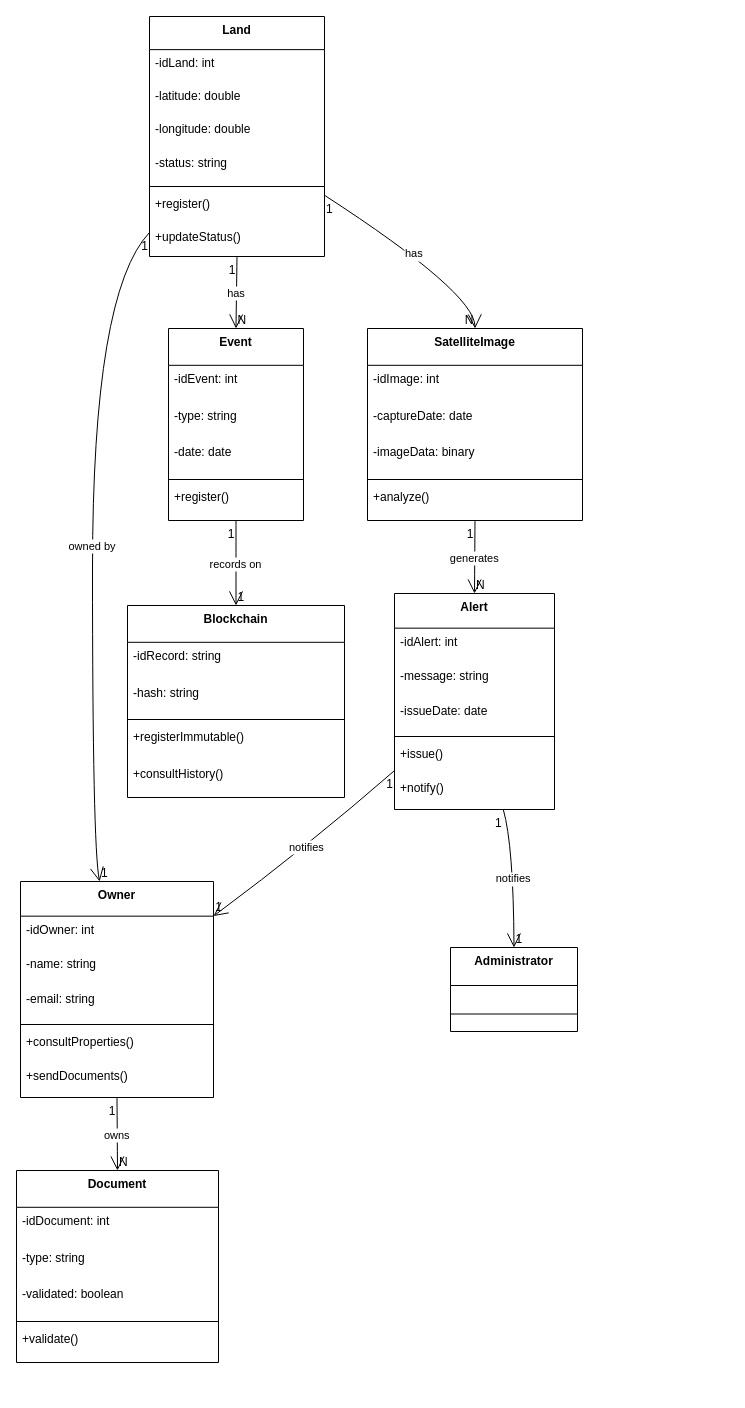
The draw.io diagram class-diagram.drawio in PatentTerrenos/diagrams, before the edit. Source tidied: cells renumbered, new cells numbered last; positions are measured from the earlier drawing's top-left corner, leaving out a move shared by most shapes. Both pictures are drawn from the tidied source at 100%, with x=0, y=0 at pixel (16, 16).
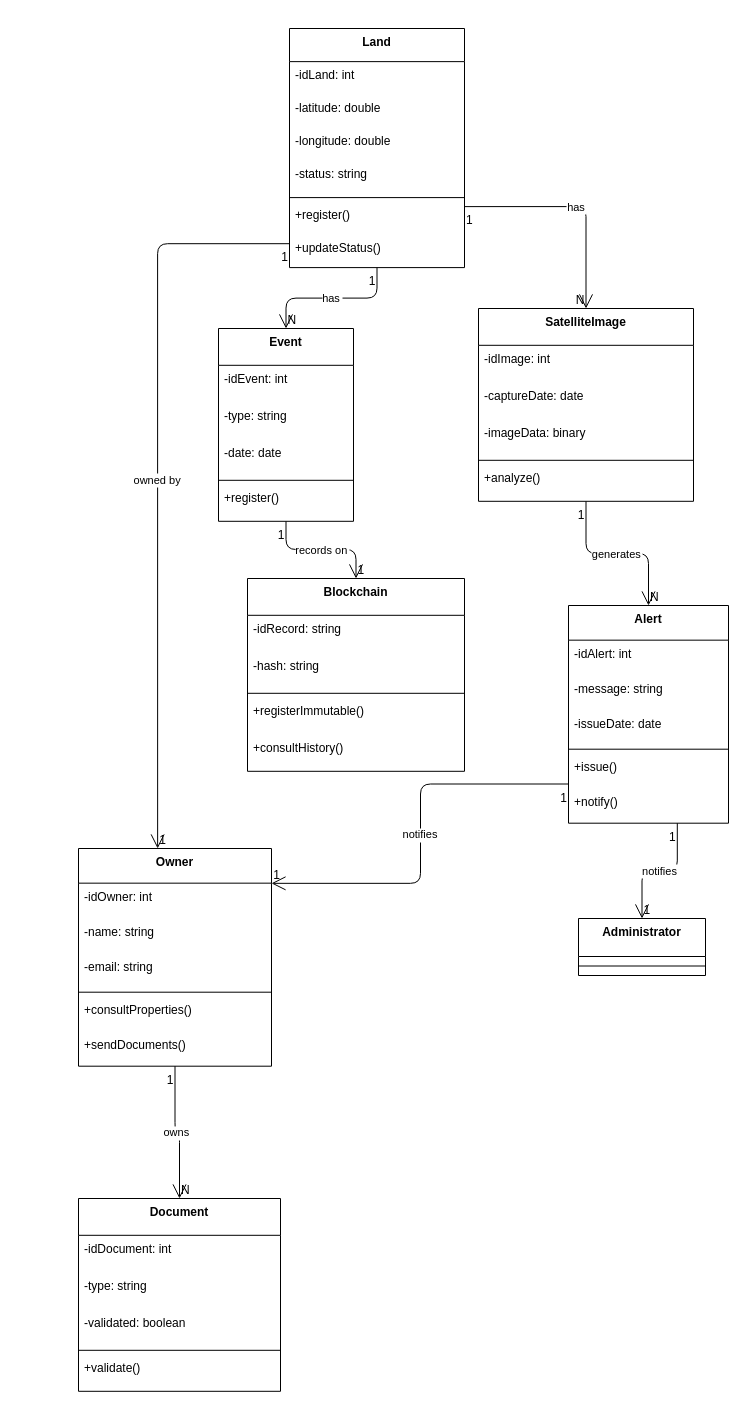
The same diagram, later.

What changed in the source:
```diff
@@
     <mxCell id="2" value="Land" style="swimlane;fontStyle=1;align=center;verticalAlign=top;horizontal=1;startSize=33.142857142857146;" parent="1" vertex="1">
-      <mxGeometry x="133" width="175" height="240" as="geometry" />
+      <mxGeometry x="273" y="12" width="175" height="239.1" as="geometry" />
     </mxCell>
     <mxCell id="3" value="-idLand: int" style="text;strokeColor=none;fillColor=none;align=left;verticalAlign=top;spacingLeft=4;spacingRight=4;overflow=hidden;" parent="2" vertex="1">
-      <mxGeometry y="33" width="175" height="33" as="geometry" />
+      <mxGeometry y="33.1" width="175" height="33" as="geometry" />
     </mxCell>
     <mxCell id="4" value="-latitude: double" style="text;strokeColor=none;fillColor=none;align=left;verticalAlign=top;spacingLeft=4;spacingRight=4;overflow=hidden;" parent="2" vertex="1">
-      <mxGeometry y="66" width="175" height="33" as="geometry" />
+      <mxGeometry y="66.1" width="175" height="33" as="geometry" />
     </mxCell>
     <mxCell id="5" value="-longitude: double" style="text;strokeColor=none;fillColor=none;align=left;verticalAlign=top;spacingLeft=4;spacingRight=4;overflow=hidden;" parent="2" vertex="1">
-      <mxGeometry y="99" width="175" height="33" as="geometry" />
+      <mxGeometry y="99.1" width="175" height="33" as="geometry" />
     </mxCell>
     <mxCell id="6" value="-status: string" style="text;strokeColor=none;fillColor=none;align=left;verticalAlign=top;spacingLeft=4;spacingRight=4;overflow=hidden;" parent="2" vertex="1">
-      <mxGeometry y="133" width="175" height="33" as="geometry" />
+      <mxGeometry y="132.1" width="175" height="33" as="geometry" />
     </mxCell>
     <mxCell id="7" style="line;strokeWidth=1;fillColor=none;align=left;verticalAlign=middle;spacingTop=-1;spacingLeft=3;spacingRight=3;labelPosition=right;strokeColor=inherit;" parent="2" vertex="1">
-      <mxGeometry y="166" width="175" height="8" as="geometry" />
+      <mxGeometry y="165.1" width="175" height="8" as="geometry" />
     </mxCell>
     <mxCell id="8" value="+register()" style="text;strokeColor=none;fillColor=none;align=left;verticalAlign=top;spacingLeft=4;spacingRight=4;overflow=hidden;" parent="2" vertex="1">
-      <mxGeometry y="174" width="175" height="33" as="geometry" />
+      <mxGeometry y="173.1" width="175" height="33" as="geometry" />
     </mxCell>
     <mxCell id="9" value="+updateStatus()" style="text;strokeColor=none;fillColor=none;align=left;verticalAlign=top;spacingLeft=4;spacingRight=4;overflow=hidden;" parent="2" vertex="1">
-      <mxGeometry y="207" width="175" height="33" as="geometry" />
+      <mxGeometry y="206.1" width="175" height="33" as="geometry" />
     </mxCell>
     <mxCell id="10" value="Owner" style="swimlane;fontStyle=1;align=center;verticalAlign=top;horizontal=1;startSize=34.666666666666664;" parent="1" vertex="1">
-      <mxGeometry x="4" y="865" width="193" height="216" as="geometry" />
+      <mxGeometry x="62" y="832" width="193" height="217.7" as="geometry" />
     </mxCell>
     <mxCell id="11" value="-idOwner: int" style="text;strokeColor=none;fillColor=none;align=left;verticalAlign=top;spacingLeft=4;spacingRight=4;overflow=hidden;" parent="10" vertex="1">
-      <mxGeometry y="35" width="193" height="35" as="geometry" />
+      <mxGeometry y="34.7" width="193" height="35" as="geometry" />
     </mxCell>
     <mxCell id="12" value="-name: string" style="text;strokeColor=none;fillColor=none;align=left;verticalAlign=top;spacingLeft=4;spacingRight=4;overflow=hidden;" parent="10" vertex="1">
-      <mxGeometry y="69" width="193" height="35" as="geometry" />
+      <mxGeometry y="69.7" width="193" height="35" as="geometry" />
     </mxCell>
     <mxCell id="13" value="-email: string" style="text;strokeColor=none;fillColor=none;align=left;verticalAlign=top;spacingLeft=4;spacingRight=4;overflow=hidden;" parent="10" vertex="1">
-      <mxGeometry y="104" width="193" height="35" as="geometry" />
+      <mxGeometry y="104.7" width="193" height="35" as="geometry" />
     </mxCell>
     <mxCell id="14" style="line;strokeWidth=1;fillColor=none;align=left;verticalAlign=middle;spacingTop=-1;spacingLeft=3;spacingRight=3;labelPosition=right;strokeColor=inherit;" parent="10" vertex="1">
-      <mxGeometry y="139" width="193" height="8" as="geometry" />
+      <mxGeometry y="139.7" width="193" height="8" as="geometry" />
     </mxCell>
     <mxCell id="15" value="+consultProperties()" style="text;strokeColor=none;fillColor=none;align=left;verticalAlign=top;spacingLeft=4;spacingRight=4;overflow=hidden;" parent="10" vertex="1">
-      <mxGeometry y="147" width="193" height="35" as="geometry" />
+      <mxGeometry y="147.7" width="193" height="35" as="geometry" />
     </mxCell>
     <mxCell id="16" value="+sendDocuments()" style="text;strokeColor=none;fillColor=none;align=left;verticalAlign=top;spacingLeft=4;spacingRight=4;overflow=hidden;" parent="10" vertex="1">
-      <mxGeometry y="181" width="193" height="35" as="geometry" />
+      <mxGeometry y="182.7" width="193" height="35" as="geometry" />
     </mxCell>
     <mxCell id="17" value="Document" style="swimlane;fontStyle=1;align=center;verticalAlign=top;horizontal=1;startSize=36.8;" parent="1" vertex="1">
-      <mxGeometry y="1154" width="202" height="192" as="geometry" />
+      <mxGeometry x="62" y="1182" width="202" height="192.8" as="geometry" />
     </mxCell>
     <mxCell id="18" value="-idDocument: int" style="text;strokeColor=none;fillColor=none;align=left;verticalAlign=top;spacingLeft=4;spacingRight=4;overflow=hidden;" parent="17" vertex="1">
-      <mxGeometry y="37" width="202" height="37" as="geometry" />
+      <mxGeometry y="36.8" width="202" height="37" as="geometry" />
     </mxCell>
     <mxCell id="19" value="-type: string" style="text;strokeColor=none;fillColor=none;align=left;verticalAlign=top;spacingLeft=4;spacingRight=4;overflow=hidden;" parent="17" vertex="1">
-      <mxGeometry y="74" width="202" height="37" as="geometry" />
+      <mxGeometry y="73.8" width="202" height="37" as="geometry" />
     </mxCell>
     <mxCell id="20" value="-validated: boolean" style="text;strokeColor=none;fillColor=none;align=left;verticalAlign=top;spacingLeft=4;spacingRight=4;overflow=hidden;" parent="17" vertex="1">
-      <mxGeometry y="110" width="202" height="37" as="geometry" />
+      <mxGeometry y="110.8" width="202" height="37" as="geometry" />
     </mxCell>
     <mxCell id="21" style="line;strokeWidth=1;fillColor=none;align=left;verticalAlign=middle;spacingTop=-1;spacingLeft=3;spacingRight=3;labelPosition=right;strokeColor=inherit;" parent="17" vertex="1">
-      <mxGeometry y="147" width="202" height="8" as="geometry" />
+      <mxGeometry y="147.8" width="202" height="8" as="geometry" />
     </mxCell>
     <mxCell id="22" value="+validate()" style="text;strokeColor=none;fillColor=none;align=left;verticalAlign=top;spacingLeft=4;spacingRight=4;overflow=hidden;" parent="17" vertex="1">
-      <mxGeometry y="155" width="202" height="37" as="geometry" />
+      <mxGeometry y="155.8" width="202" height="37" as="geometry" />
     </mxCell>
     <mxCell id="23" value="Event" style="swimlane;fontStyle=1;align=center;verticalAlign=top;horizontal=1;startSize=36.8;" parent="1" vertex="1">
-      <mxGeometry x="152" y="312" width="135" height="192" as="geometry" />
+      <mxGeometry x="202" y="312" width="135" height="192.8" as="geometry" />
     </mxCell>
     <mxCell id="24" value="-idEvent: int" style="text;strokeColor=none;fillColor=none;align=left;verticalAlign=top;spacingLeft=4;spacingRight=4;overflow=hidden;" parent="23" vertex="1">
-      <mxGeometry y="37" width="135" height="37" as="geometry" />
+      <mxGeometry y="36.8" width="135" height="37" as="geometry" />
     </mxCell>
     <mxCell id="25" value="-type: string" style="text;strokeColor=none;fillColor=none;align=left;verticalAlign=top;spacingLeft=4;spacingRight=4;overflow=hidden;" parent="23" vertex="1">
-      <mxGeometry y="74" width="135" height="37" as="geometry" />
+      <mxGeometry y="73.8" width="135" height="37" as="geometry" />
     </mxCell>
     <mxCell id="26" value="-date: date" style="text;strokeColor=none;fillColor=none;align=left;verticalAlign=top;spacingLeft=4;spacingRight=4;overflow=hidden;" parent="23" vertex="1">
-      <mxGeometry y="110" width="135" height="37" as="geometry" />
+      <mxGeometry y="110.8" width="135" height="37" as="geometry" />
     </mxCell>
     <mxCell id="27" style="line;strokeWidth=1;fillColor=none;align=left;verticalAlign=middle;spacingTop=-1;spacingLeft=3;spacingRight=3;labelPosition=right;strokeColor=inherit;" parent="23" vertex="1">
-      <mxGeometry y="147" width="135" height="8" as="geometry" />
+      <mxGeometry y="147.8" width="135" height="8" as="geometry" />
     </mxCell>
     <mxCell id="28" value="+register()" style="text;strokeColor=none;fillColor=none;align=left;verticalAlign=top;spacingLeft=4;spacingRight=4;overflow=hidden;" parent="23" vertex="1">
-      <mxGeometry y="155" width="135" height="37" as="geometry" />
+      <mxGeometry y="155.8" width="135" height="37" as="geometry" />
     </mxCell>
     <mxCell id="29" value="SatelliteImage" style="swimlane;fontStyle=1;align=center;verticalAlign=top;horizontal=1;startSize=36.8;" parent="1" vertex="1">
-      <mxGeometry x="351" y="312" width="215" height="192" as="geometry" />
+      <mxGeometry x="462" y="292" width="215" height="192.8" as="geometry" />
     </mxCell>
     <mxCell id="30" value="-idImage: int" style="text;strokeColor=none;fillColor=none;align=left;verticalAlign=top;spacingLeft=4;spacingRight=4;overflow=hidden;" parent="29" vertex="1">
-      <mxGeometry y="37" width="215" height="37" as="geometry" />
+      <mxGeometry y="36.8" width="215" height="37" as="geometry" />
     </mxCell>
     <mxCell id="31" value="-captureDate: date" style="text;strokeColor=none;fillColor=none;align=left;verticalAlign=top;spacingLeft=4;spacingRight=4;overflow=hidden;" parent="29" vertex="1">
-      <mxGeometry y="74" width="215" height="37" as="geometry" />
+      <mxGeometry y="73.8" width="215" height="37" as="geometry" />
     </mxCell>
     <mxCell id="32" value="-imageData: binary" style="text;strokeColor=none;fillColor=none;align=left;verticalAlign=top;spacingLeft=4;spacingRight=4;overflow=hidden;" parent="29" vertex="1">
-      <mxGeometry y="110" width="215" height="37" as="geometry" />
+      <mxGeometry y="110.8" width="215" height="37" as="geometry" />
     </mxCell>
     <mxCell id="33" style="line;strokeWidth=1;fillColor=none;align=left;verticalAlign=middle;spacingTop=-1;spacingLeft=3;spacingRight=3;labelPosition=right;strokeColor=inherit;" parent="29" vertex="1">
-      <mxGeometry y="147" width="215" height="8" as="geometry" />
+      <mxGeometry y="147.8" width="215" height="8" as="geometry" />
     </mxCell>
     <mxCell id="34" value="+analyze()" style="text;strokeColor=none;fillColor=none;align=left;verticalAlign=top;spacingLeft=4;spacingRight=4;overflow=hidden;" parent="29" vertex="1">
-      <mxGeometry y="155" width="215" height="37" as="geometry" />
+      <mxGeometry y="155.8" width="215" height="37" as="geometry" />
     </mxCell>
     <mxCell id="35" value="Alert" style="swimlane;fontStyle=1;align=center;verticalAlign=top;horizontal=1;startSize=34.666666666666664;" parent="1" vertex="1">
-      <mxGeometry x="378" y="577" width="160" height="216" as="geometry" />
+      <mxGeometry x="552" y="589" width="160" height="217.7" as="geometry" />
     </mxCell>
     <mxCell id="36" value="-idAlert: int" style="text;strokeColor=none;fillColor=none;align=left;verticalAlign=top;spacingLeft=4;spacingRight=4;overflow=hidden;" parent="35" vertex="1">
-      <mxGeometry y="35" width="160" height="35" as="geometry" />
+      <mxGeometry y="34.7" width="160" height="35" as="geometry" />
     </mxCell>
     <mxCell id="37" value="-message: string" style="text;strokeColor=none;fillColor=none;align=left;verticalAlign=top;spacingLeft=4;spacingRight=4;overflow=hidden;" parent="35" vertex="1">
-      <mxGeometry y="69" width="160" height="35" as="geometry" />
+      <mxGeometry y="69.7" width="160" height="35" as="geometry" />
     </mxCell>
     <mxCell id="38" value="-issueDate: date" style="text;strokeColor=none;fillColor=none;align=left;verticalAlign=top;spacingLeft=4;spacingRight=4;overflow=hidden;" parent="35" vertex="1">
-      <mxGeometry y="104" width="160" height="35" as="geometry" />
+      <mxGeometry y="104.7" width="160" height="35" as="geometry" />
     </mxCell>
     <mxCell id="39" style="line;strokeWidth=1;fillColor=none;align=left;verticalAlign=middle;spacingTop=-1;spacingLeft=3;spacingRight=3;labelPosition=right;strokeColor=inherit;" parent="35" vertex="1">
-      <mxGeometry y="139" width="160" height="8" as="geometry" />
+      <mxGeometry y="139.7" width="160" height="8" as="geometry" />
     </mxCell>
     <mxCell id="40" value="+issue()" style="text;strokeColor=none;fillColor=none;align=left;verticalAlign=top;spacingLeft=4;spacingRight=4;overflow=hidden;" parent="35" vertex="1">
-      <mxGeometry y="147" width="160" height="35" as="geometry" />
+      <mxGeometry y="147.7" width="160" height="35" as="geometry" />
     </mxCell>
     <mxCell id="41" value="+notify()" style="text;strokeColor=none;fillColor=none;align=left;verticalAlign=top;spacingLeft=4;spacingRight=4;overflow=hidden;" parent="35" vertex="1">
-      <mxGeometry y="181" width="160" height="35" as="geometry" />
+      <mxGeometry y="182.7" width="160" height="35" as="geometry" />
     </mxCell>
     <mxCell id="42" value="Blockchain" style="swimlane;fontStyle=1;align=center;verticalAlign=top;horizontal=1;startSize=36.8;" parent="1" vertex="1">
-      <mxGeometry x="111" y="589" width="217" height="192" as="geometry" />
+      <mxGeometry x="231" y="562" width="217" height="192.8" as="geometry" />
     </mxCell>
     <mxCell id="43" value="-idRecord: string" style="text;strokeColor=none;fillColor=none;align=left;verticalAlign=top;spacingLeft=4;spacingRight=4;overflow=hidden;" parent="42" vertex="1">
-      <mxGeometry y="37" width="217" height="37" as="geometry" />
+      <mxGeometry y="36.8" width="217" height="37" as="geometry" />
     </mxCell>
     <mxCell id="44" value="-hash: string" style="text;strokeColor=none;fillColor=none;align=left;verticalAlign=top;spacingLeft=4;spacingRight=4;overflow=hidden;" parent="42" vertex="1">
-      <mxGeometry y="74" width="217" height="37" as="geometry" />
+      <mxGeometry y="73.8" width="217" height="37" as="geometry" />
     </mxCell>
     <mxCell id="45" style="line;strokeWidth=1;fillColor=none;align=left;verticalAlign=middle;spacingTop=-1;spacingLeft=3;spacingRight=3;labelPosition=right;strokeColor=inherit;" parent="42" vertex="1">
-      <mxGeometry y="110" width="217" height="8" as="geometry" />
+      <mxGeometry y="110.8" width="217" height="8" as="geometry" />
     </mxCell>
     <mxCell id="46" value="+registerImmutable()" style="text;strokeColor=none;fillColor=none;align=left;verticalAlign=top;spacingLeft=4;spacingRight=4;overflow=hidden;" parent="42" vertex="1">
-      <mxGeometry y="118" width="217" height="37" as="geometry" />
+      <mxGeometry y="118.8" width="217" height="37" as="geometry" />
     </mxCell>
     <mxCell id="47" value="+consultHistory()" style="text;strokeColor=none;fillColor=none;align=left;verticalAlign=top;spacingLeft=4;spacingRight=4;overflow=hidden;" parent="42" vertex="1">
-      <mxGeometry y="155" width="217" height="37" as="geometry" />
+      <mxGeometry y="155.8" width="217" height="37" as="geometry" />
     </mxCell>
     <mxCell id="48" value="Administrator" style="swimlane;fontStyle=1;align=center;verticalAlign=top;horizontal=1;startSize=38;" parent="1" vertex="1">
-      <mxGeometry x="434" y="931" width="127" height="84" as="geometry" />
+      <mxGeometry x="562" y="902" width="127" height="57" as="geometry" />
     </mxCell>
     <mxCell id="49" style="line;strokeWidth=1;fillColor=none;align=left;verticalAlign=middle;spacingTop=-1;spacingLeft=3;spacingRight=3;labelPosition=right;strokeColor=inherit;" parent="48" vertex="1">
-      <mxGeometry y="57" width="127" height="19" as="geometry" />
+      <mxGeometry y="38" width="127" height="19" as="geometry" />
     </mxCell>
-    <mxCell id="50" value="has" style="curved=1;startArrow=none;endArrow=open;endSize=12;exitX=0.5;exitY=1;entryX=0.5;entryY=0;" parent="1" edge="1" source="2" target="23">
+    <mxCell id="50" value="has" style="startArrow=none;endArrow=open;endSize=12;exitX=0.5;exitY=1;entryX=0.5;entryY=0;edgeStyle=orthogonalEdgeStyle;" parent="1" edge="1" source="2" target="23">
       <mxGeometry relative="1" as="geometry" />
     </mxCell>
@@
-    <mxCell id="53" value="has" style="curved=1;startArrow=none;endArrow=open;endSize=12;exitX=0.99;exitY=0.74;entryX=0.5;entryY=0;" parent="1" edge="1" source="2" target="29">
-      <mxGeometry relative="1" as="geometry">
-        <Array as="points">
-          <mxPoint x="458" y="276" />
-        </Array>
-      </mxGeometry>
+    <mxCell id="53" value="has" style="startArrow=none;endArrow=open;endSize=12;exitX=0.99;exitY=0.74;entryX=0.5;entryY=0;edgeStyle=orthogonalEdgeStyle;" parent="1" edge="1" source="2" target="29">
+      <mxGeometry relative="1" as="geometry" />
     </mxCell>
@@
-    <mxCell id="56" value="owned by" style="curved=1;startArrow=none;endArrow=open;endSize=12;exitX=0;exitY=0.9;entryX=0.41;entryY=0;" parent="1" edge="1" source="2" target="10">
-      <mxGeometry relative="1" as="geometry">
-        <Array as="points">
-          <mxPoint x="76" y="276" />
-          <mxPoint x="76" y="829" />
-        </Array>
-      </mxGeometry>
+    <mxCell id="56" value="owned by" style="startArrow=none;endArrow=open;endSize=12;exitX=0;exitY=0.9;entryX=0.41;entryY=0;edgeStyle=orthogonalEdgeStyle;" parent="1" edge="1" source="2" target="10">
+      <mxGeometry relative="1" as="geometry" />
     </mxCell>
@@
-    <mxCell id="59" value="owns" style="curved=1;startArrow=none;endArrow=open;endSize=12;exitX=0.5;exitY=1;entryX=0.5;entryY=0;" parent="1" edge="1" source="10" target="17">
+    <mxCell id="59" value="owns" style="startArrow=none;endArrow=open;endSize=12;exitX=0.5;exitY=1;entryX=0.5;entryY=0;edgeStyle=orthogonalEdgeStyle;elbow=vertical;" parent="1" edge="1" source="10" target="17">
       <mxGeometry relative="1" as="geometry" />
     </mxCell>
@@
-    <mxCell id="62" value="generates" style="curved=1;startArrow=none;endArrow=open;endSize=12;exitX=0.5;exitY=1;entryX=0.5;entryY=0;" parent="1" edge="1" source="29" target="35">
+    <mxCell id="62" value="generates" style="startArrow=none;endArrow=open;endSize=12;exitX=0.5;exitY=1;entryX=0.5;entryY=0;edgeStyle=elbowEdgeStyle;elbow=vertical;" parent="1" edge="1" source="29" target="35">
       <mxGeometry relative="1" as="geometry" />
     </mxCell>
@@
-    <mxCell id="65" value="records on" style="curved=1;startArrow=none;endArrow=open;endSize=12;exitX=0.5;exitY=1;entryX=0.5;entryY=0;" parent="1" edge="1" source="23" target="42">
+    <mxCell id="65" value="records on" style="startArrow=none;endArrow=open;endSize=12;exitX=0.5;exitY=1;entryX=0.5;entryY=0;edgeStyle=elbowEdgeStyle;elbow=vertical;" parent="1" edge="1" source="23" target="42">
       <mxGeometry relative="1" as="geometry" />
     </mxCell>
@@
-    <mxCell id="68" value="notifies" style="curved=1;startArrow=none;endArrow=open;endSize=12;exitX=0;exitY=0.82;entryX=1;entryY=0.16;" parent="1" edge="1" source="35" target="10">
-      <mxGeometry relative="1" as="geometry">
-        <Array as="points">
-          <mxPoint x="292" y="829" />
-        </Array>
-      </mxGeometry>
+    <mxCell id="68" value="notifies" style="startArrow=none;endArrow=open;endSize=12;exitX=0;exitY=0.82;entryX=1;entryY=0.16;edgeStyle=elbowEdgeStyle;" parent="1" edge="1" source="35" target="10">
+      <mxGeometry relative="1" as="geometry" />
     </mxCell>
@@
-    <mxCell id="71" value="notifies" style="curved=1;startArrow=none;endArrow=open;endSize=12;exitX=0.68;exitY=1;entryX=0.5;entryY=0;" parent="1" edge="1" source="35" target="48">
-      <mxGeometry relative="1" as="geometry">
-        <Array as="points">
-          <mxPoint x="497" y="829" />
-        </Array>
-      </mxGeometry>
+    <mxCell id="71" value="notifies" style="startArrow=none;endArrow=open;endSize=12;exitX=0.68;exitY=1;entryX=0.5;entryY=0;edgeStyle=orthogonalEdgeStyle;" parent="1" edge="1" source="35" target="48">
+      <mxGeometry relative="1" as="geometry" />
     </mxCell>
```
